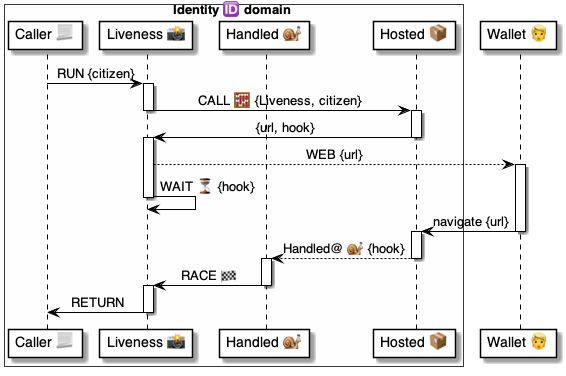
The PlantUML diagram 4 ⚙️ Solution/50 🫥 Agent domains/Identities 🆔/🆔😃 Identity talkers/Liveness 📸 script/🆔 Liveness ⚙️ uml.png in pollyweb-org/pollyweb-docs, before a commit. Its source is kept beside it as 4 ⚙️ Solution/50 🫥 Agent domains/Identities 🆔/🆔😃 Identity talkers/Liveness 📸 script/🆔 Liveness ⚙️ uml.puml. Source of this version:
```plantuml
@startuml Liveness

box Identity 🆔 domain #FFFFFA
    participant "Caller 📃" as caller
    participant "Liveness 📸" as script
    participant "Handled 🐌" as handled
    participant "Hosted 📦" as hosted
end box
participant "Wallet 👱" as wallet


caller -> script: RUN {citizen}

activate script
    script -> hosted: CALL 🧮 {Liveness, citizen}
deactivate script

activate hosted
    hosted -> script: {url, hook}
deactivate hosted

activate script
    script --> wallet: WEB {url}
activate wallet
    script -> script: WAIT ⏳ {hook}
deactivate script

    wallet -> hosted: navigate {url}
deactivate wallet

activate hosted
    hosted --> handled: Handled@ 🐌 {hook}
deactivate hosted

activate handled
    handled -> script: RACE 🏁
deactivate handled

activate script
    script -> caller: RETURN
deactivate script

@enduml
```
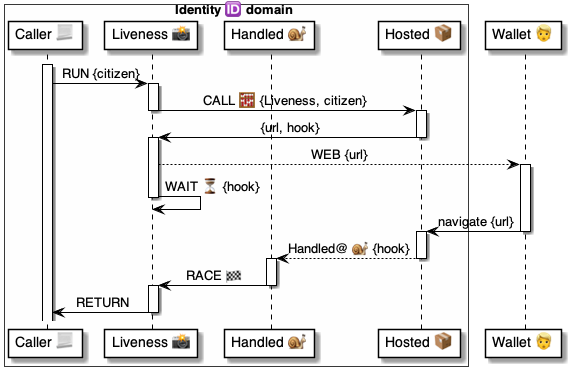
The same diagram one commit later.

What changed in the source:
```diff
@@ -9,6 +9,7 @@
 participant "Wallet 👱" as wallet
 
 
+activate caller
 caller -> script: RUN {citizen}
 
 activate script
```
